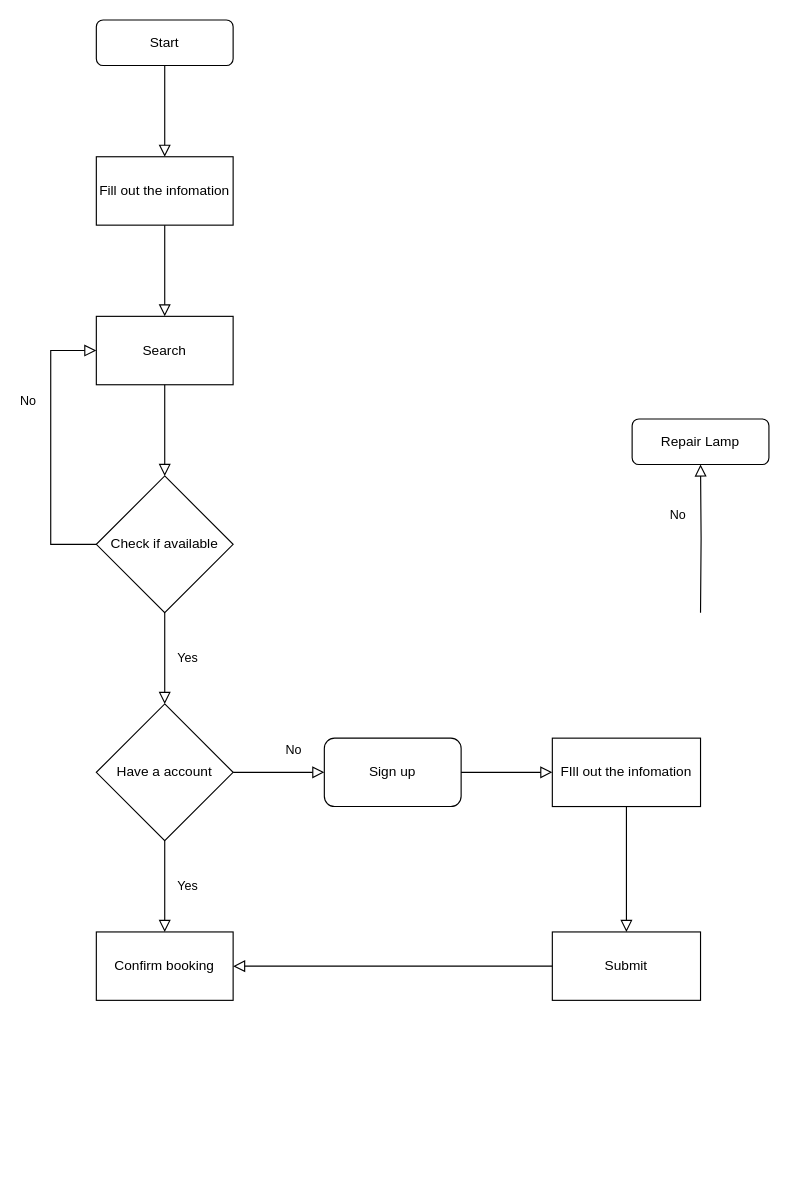
The draw.io diagram flowchart_datphong.drawio in alikuxac/alikuxac, before the edit. Source tidied: cells renumbered, new cells numbered last; positions are measured from the earlier drawing's top-left corner, leaving out a move shared by most shapes. Both pictures are drawn from the tidied source at 114%, with x=0, y=0 at pixel (50, 19).
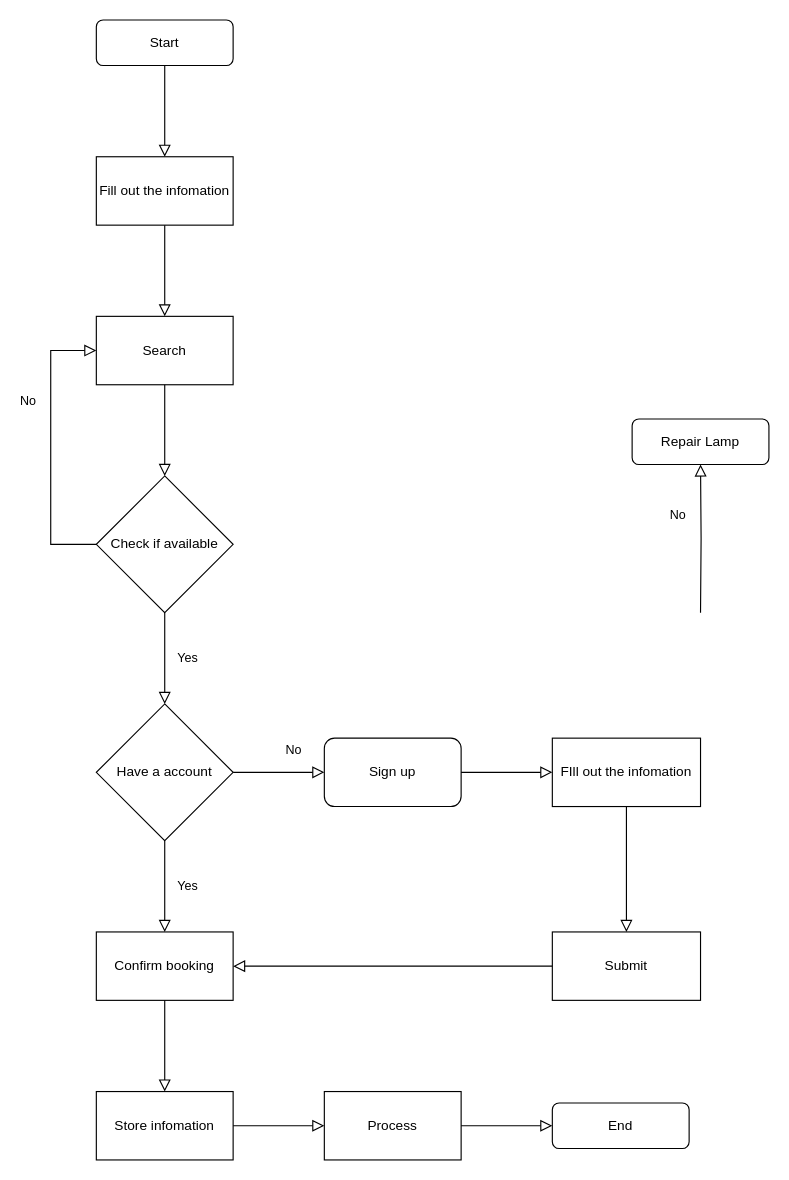
The same diagram, later.

The change refers to these unchanged cells:
```xml
<mxCell id="21" value="Confirm booking" style="rounded=0;whiteSpace=wrap;html=1;" parent="1" vertex="1">
  <mxGeometry x="40" y="800" width="120" height="60" as="geometry" />
</mxCell>
```

The edit, as a diff of the source:
```diff
@@
+    <mxCell id="23" value="Store infomation" style="rounded=0;whiteSpace=wrap;html=1;" parent="1" vertex="1">
+      <mxGeometry x="40" y="940" width="120" height="60" as="geometry" />
+    </mxCell>
+    <mxCell id="24" value="Process" style="rounded=0;whiteSpace=wrap;html=1;" parent="1" vertex="1">
+      <mxGeometry x="240" y="940" width="120" height="60" as="geometry" />
+    </mxCell>
+    <mxCell id="25" value="End" style="rounded=1;whiteSpace=wrap;html=1;fontSize=12;glass=0;strokeWidth=1;shadow=0;" parent="1" vertex="1">
+      <mxGeometry x="440" y="950" width="120" height="40" as="geometry" />
+    </mxCell>
+    <mxCell id="26" style="rounded=0;html=1;jettySize=auto;fontSize=11;endArrow=block;endFill=0;endSize=8;strokeWidth=1;shadow=0;labelBackgroundColor=none;edgeStyle=orthogonalEdgeStyle;entryX=0.5;entryY=0;entryDx=0;entryDy=0;exitX=0.5;exitY=1;exitDx=0;exitDy=0;" parent="1" edge="1" source="21" target="23">
+      <mxGeometry relative="1" as="geometry" />
+    </mxCell>
+    <mxCell id="27" style="rounded=0;html=1;jettySize=auto;fontSize=11;endArrow=block;endFill=0;endSize=8;strokeWidth=1;shadow=0;labelBackgroundColor=none;edgeStyle=orthogonalEdgeStyle;entryX=0;entryY=0.5;entryDx=0;entryDy=0;exitX=1;exitY=0.5;exitDx=0;exitDy=0;" parent="1" edge="1" source="23" target="24">
+      <mxGeometry relative="1" as="geometry" />
+    </mxCell>
+    <mxCell id="28" style="rounded=0;html=1;jettySize=auto;fontSize=11;endArrow=block;endFill=0;endSize=8;strokeWidth=1;shadow=0;labelBackgroundColor=none;edgeStyle=orthogonalEdgeStyle;entryX=0;entryY=0.5;entryDx=0;entryDy=0;exitX=1;exitY=0.5;exitDx=0;exitDy=0;" parent="1" edge="1" source="24" target="25">
+      <mxGeometry relative="1" as="geometry" />
+    </mxCell>
```
